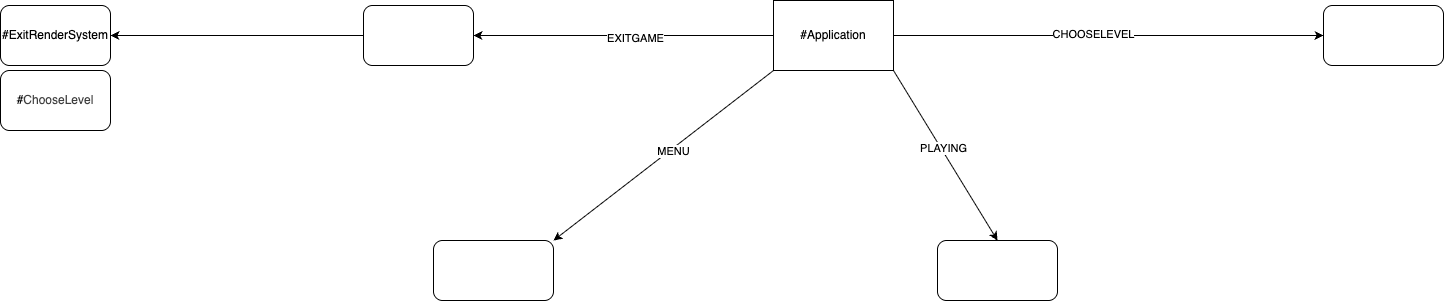
The draw.io diagram Game.drawio.png in Jeremy-Perras/42_Game_Training, before a commit. Source tidied: cells renumbered, new cells last; positions are measured from the earlier drawing's top-left corner, leaving out a move shared by most shapes.
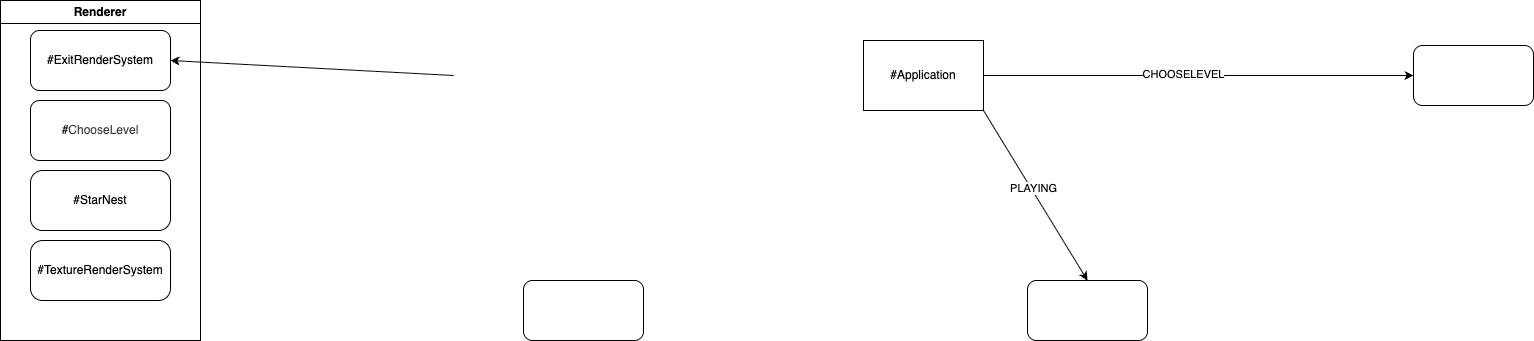
Later version of the same file.

Diff of the diagram source:
```diff
@@ -14,43 +14,40 @@
     <mxCell id="5" value="PLAYING" style="edgeLabel;html=1;align=center;verticalAlign=middle;" parent="4" vertex="1">
       <mxGeometry x="-0.07" y="2" relative="1" as="geometry" />
     </mxCell>
-    <mxCell id="6" style="rounded=1;whiteSpace=wrap;html=1;" parent="1" vertex="1">
-      <mxGeometry x="363" y="5" width="110" height="60" as="geometry" />
-    </mxCell>
     <mxCell id="7" style="rounded=1;whiteSpace=wrap;html=1;" parent="1" vertex="1">
       <mxGeometry x="937" y="240" width="120" height="60" as="geometry" />
     </mxCell>
     <mxCell id="8" style="rounded=1;whiteSpace=wrap;html=1;" parent="1" vertex="1">
       <mxGeometry x="1323" y="5" width="120" height="60" as="geometry" />
     </mxCell>
-    <mxCell id="9" style="endArrow=classic;html=1;entryX=1;entryY=0.5;entryDx=0;entryDy=0;" parent="1" edge="1" target="6">
-      <mxGeometry relative="1" as="geometry">
-        <mxPoint x="773" y="35" as="sourcePoint" />
-      </mxGeometry>
-    </mxCell>
-    <mxCell id="10" value="EXITGAME" style="edgeLabel;html=1;align=center;verticalAlign=middle;" parent="9" vertex="1">
-      <mxGeometry x="-0.07" y="2" relative="1" as="geometry" />
-    </mxCell>
-    <mxCell id="11" style="endArrow=classic;html=1;exitX=0;exitY=1;exitDx=0;exitDy=0;entryX=1;entryY=0;entryDx=0;entryDy=0;" parent="1" edge="1" source="2" target="3">
-      <mxGeometry relative="1" as="geometry" />
-    </mxCell>
-    <mxCell id="12" value="MENU" style="edgeLabel;html=1;align=center;verticalAlign=middle;" parent="11" vertex="1">
-      <mxGeometry x="-0.07" y="2" relative="1" as="geometry" />
-    </mxCell>
     <mxCell id="13" style="endArrow=classic;html=1;exitX=1;exitY=0.5;exitDx=0;exitDy=0;entryX=0;entryY=0.5;entryDx=0;entryDy=0;" parent="1" edge="1" source="2" target="8">
       <mxGeometry relative="1" as="geometry" />
     </mxCell>
     <mxCell id="14" value="CHOOSELEVEL" style="edgeLabel;html=1;align=center;verticalAlign=middle;" parent="13" vertex="1">
       <mxGeometry x="-0.07" y="2" relative="1" as="geometry" />
     </mxCell>
-    <mxCell id="15" style="endArrow=classic;html=1;entryX=1;entryY=0.5;entryDx=0;entryDy=0;exitX=0;exitY=0.5;exitDx=0;exitDy=0;" parent="1" edge="1" source="6" target="16">
-      <mxGeometry relative="1" as="geometry" />
+    <mxCell id="15" style="endArrow=classic;html=1;entryX=1;entryY=0.5;entryDx=0;entryDy=0;exitX=0;exitY=0.5;exitDx=0;exitDy=0;" parent="1" edge="1" target="16">
+      <mxGeometry relative="1" as="geometry">
+        <mxPoint x="363" y="35" as="sourcePoint" />
+      </mxGeometry>
     </mxCell>
+    <mxCell id="18" style="group;" parent="1" vertex="1">
+      <mxGeometry x="-90" y="-40" width="200" height="340" as="geometry" />
+    </mxCell>
+    <mxCell id="17" value="&lt;div&gt;#&lt;span style=&quot;color: rgb(63, 63, 63); background-color: transparent;&quot;&gt;ChooseLevel&lt;/span&gt;&lt;/div&gt;" style="rounded=1;whiteSpace=wrap;html=1;" parent="18" vertex="1">
+      <mxGeometry x="30" y="100" width="140" height="60" as="geometry" />
+    </mxCell>
+    <mxCell id="19" value="#StarNest" style="rounded=1;whiteSpace=wrap;html=1;arcSize=20;strokeColor=default;align=center;verticalAlign=middle;fontFamily=Helvetica;fontSize=12;fontColor=default;fillColor=default;" parent="18" vertex="1">
+      <mxGeometry x="30" y="170" width="140" height="60" as="geometry" />
+    </mxCell>
+    <mxCell id="20" value="#TextureRenderSystem" style="rounded=1;whiteSpace=wrap;html=1;arcSize=20;" parent="18" vertex="1">
+      <mxGeometry x="30" y="240" width="140" height="60" as="geometry" />
+    </mxCell>
+    <mxCell id="21" value="Renderer" style="swimlane;whiteSpace=wrap;html=1;" parent="18" vertex="1">
+      <mxGeometry width="200" height="340" as="geometry" />
+    </mxCell>
-    <mxCell id="16" value="#ExitRenderSystem" style="rounded=1;whiteSpace=wrap;html=1;" parent="1" vertex="1">
-      <mxGeometry y="5" width="110" height="60" as="geometry" />
+    <mxCell id="16" value="#ExitRenderSystem" style="rounded=1;whiteSpace=wrap;html=1;strokeColor=default;align=center;verticalAlign=middle;fontFamily=Helvetica;fontSize=12;fontColor=default;fillColor=default;" parent="21" vertex="1">
+      <mxGeometry x="30" y="30" width="140" height="60" as="geometry" />
     </mxCell>
-    <mxCell id="17" value="&lt;div&gt;#&lt;span style=&quot;color: rgb(63, 63, 63); background-color: transparent;&quot;&gt;ChooseLevel&lt;/span&gt;&lt;/div&gt;" style="rounded=1;whiteSpace=wrap;html=1;" parent="1" vertex="1">
-      <mxGeometry y="70" width="110" height="60" as="geometry" />
-    </mxCell>
   </root>
 </mxGraphModel>
```
